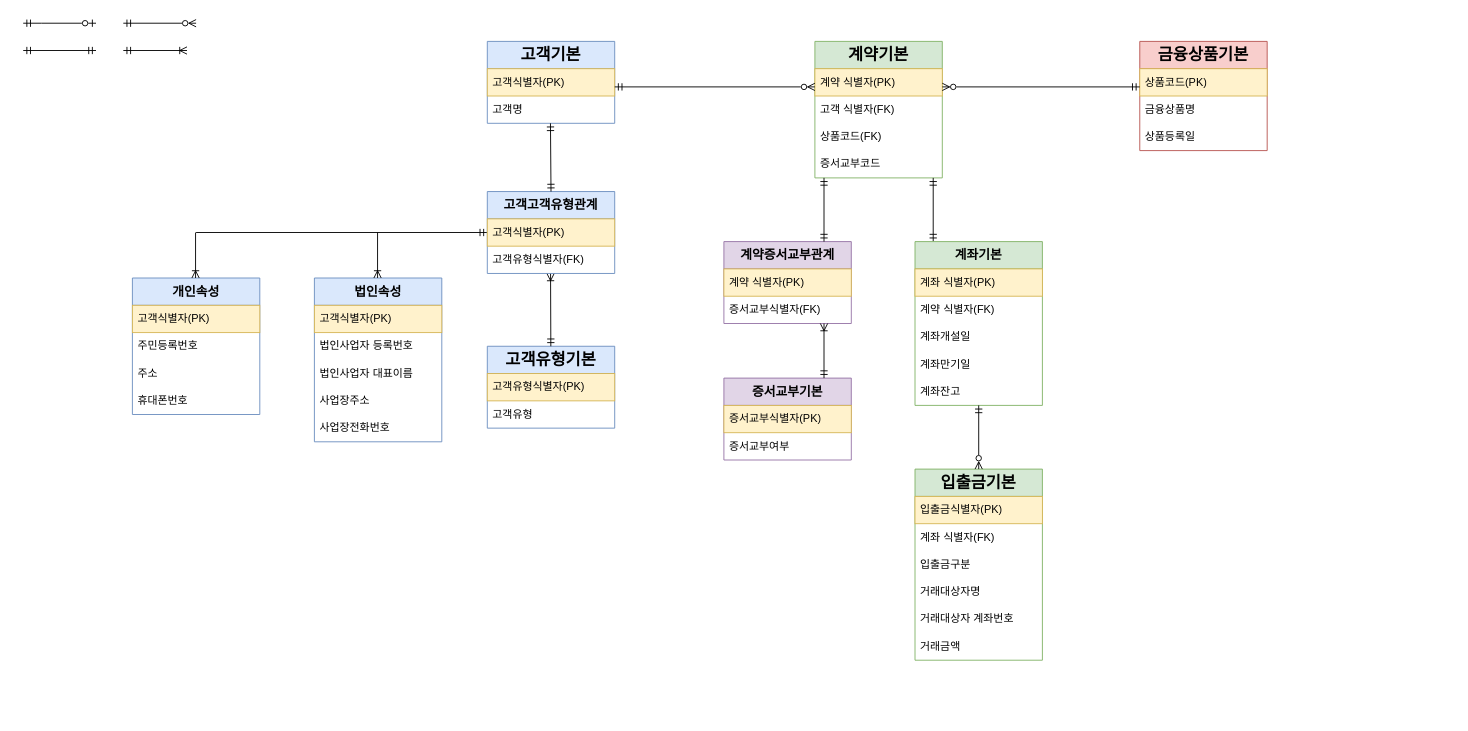
noheul1030/BWG keeps this draw.io diagram as 실습/데이터모델링실습1.drawio. Above is the earlier version. Source tidied: cells renumbered, new cells numbered last; positions are measured from the earlier drawing's top-left corner, leaving out a move shared by most shapes. Both pictures are drawn from the tidied source at 91%, with x=0, y=0 at pixel (23, 23).
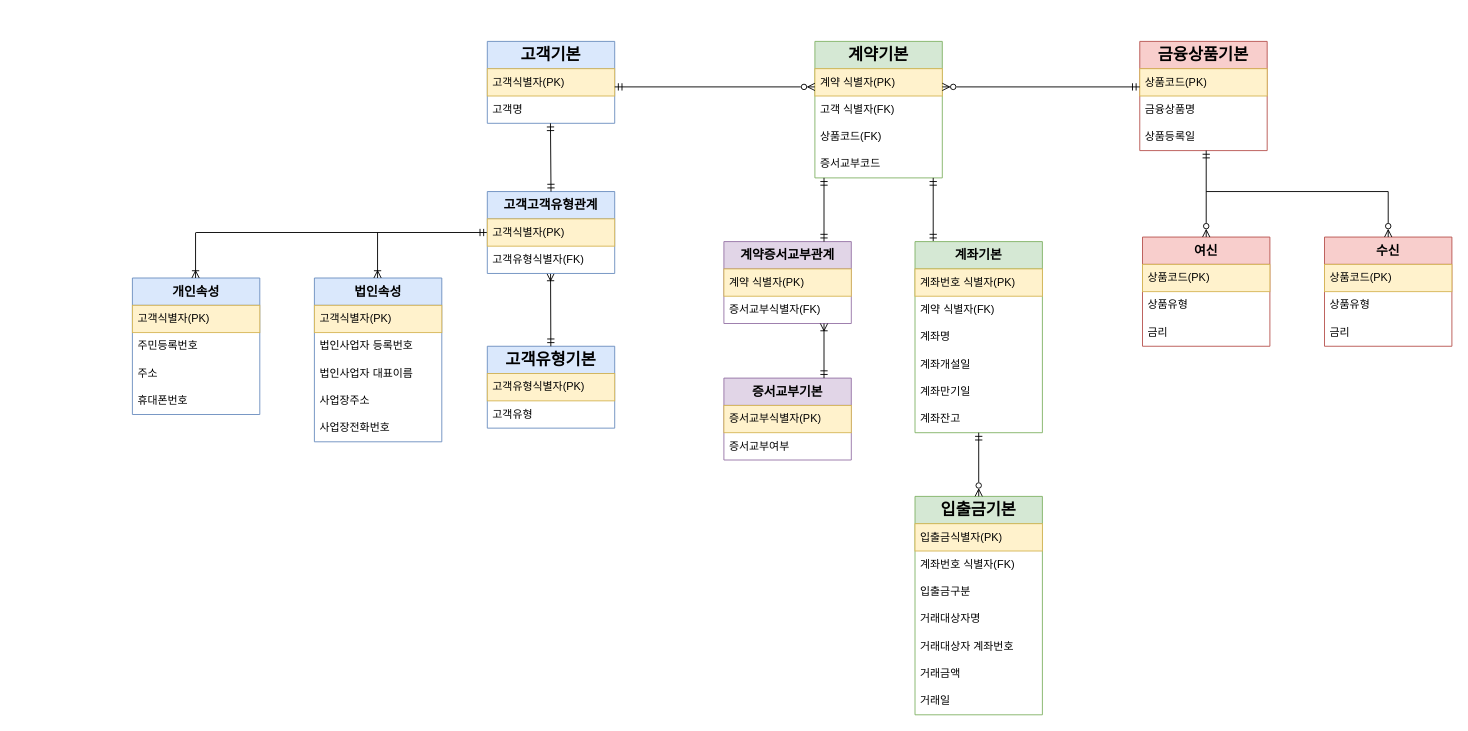
Above is the later version.

Commit message:
데이터모델링실습1.drawio 업데이트

What changed in the source:
```diff
@@
     <mxCell id="37" value="&lt;h2&gt;입출금기본&lt;/h2&gt;" style="swimlane;fontStyle=0;horizontal=1;startSize=30;whiteSpace=wrap;html=1;fillColor=#d5e8d4;strokeColor=#82b366;" parent="1" vertex="1">
-      <mxGeometry x="980" y="490" width="140" height="210" as="geometry" />
+      <mxGeometry x="980" y="520" width="140" height="240" as="geometry" />
     </mxCell>
@@
-    <mxCell id="39" value="계좌 식별자(FK)" style="text;align=left;verticalAlign=middle;spacingLeft=4;spacingRight=4;overflow=hidden;whiteSpace=wrap;html=1;" parent="37" vertex="1">
+    <mxCell id="39" value="계좌번호 식별자(FK)" style="text;align=left;verticalAlign=middle;spacingLeft=4;spacingRight=4;overflow=hidden;whiteSpace=wrap;html=1;" parent="37" vertex="1">
       <mxGeometry y="60" width="140" height="30" as="geometry" />
     </mxCell>
@@
+    <mxCell id="66" value="거래금액" style="text;strokeColor=none;fillColor=none;align=left;verticalAlign=middle;spacingLeft=4;spacingRight=4;overflow=hidden;whiteSpace=wrap;html=1;" parent="37" vertex="1">
+      <mxGeometry y="180" width="140" height="30" as="geometry" />
+    </mxCell>
-    <mxCell id="43" value="거래금액" style="text;strokeColor=none;fillColor=none;align=left;verticalAlign=middle;spacingLeft=4;spacingRight=4;overflow=hidden;whiteSpace=wrap;html=1;" parent="37" vertex="1">
-      <mxGeometry y="180" width="140" height="30" as="geometry" />
+    <mxCell id="43" value="거래일" style="text;strokeColor=none;fillColor=none;align=left;verticalAlign=middle;spacingLeft=4;spacingRight=4;overflow=hidden;whiteSpace=wrap;html=1;" parent="37" vertex="1">
+      <mxGeometry y="210" width="140" height="30" as="geometry" />
     </mxCell>
@@
     <mxCell id="45" value="&lt;h3&gt;계좌기본&lt;/h3&gt;" style="swimlane;fontStyle=0;horizontal=1;startSize=30;whiteSpace=wrap;html=1;fillColor=#d5e8d4;strokeColor=#82b366;" parent="1" vertex="1">
-      <mxGeometry x="980" y="240" width="140" height="180" as="geometry" />
+      <mxGeometry x="980" y="240" width="140" height="210" as="geometry" />
     </mxCell>
-    <mxCell id="46" value="계좌 식별자(PK)" style="text;strokeColor=#d6b656;fillColor=#fff2cc;align=left;verticalAlign=middle;spacingLeft=4;spacingRight=4;overflow=hidden;whiteSpace=wrap;html=1;" parent="45" vertex="1">
+    <mxCell id="46" value="계좌번호 식별자(PK)" style="text;strokeColor=#d6b656;fillColor=#fff2cc;align=left;verticalAlign=middle;spacingLeft=4;spacingRight=4;overflow=hidden;whiteSpace=wrap;html=1;" parent="45" vertex="1">
       <mxGeometry y="30" width="140" height="30" as="geometry" />
     </mxCell>
@@
-    <mxCell id="48" value="계좌개설일" style="text;strokeColor=none;fillColor=none;align=left;verticalAlign=middle;spacingLeft=4;spacingRight=4;overflow=hidden;whiteSpace=wrap;html=1;" parent="45" vertex="1">
+    <mxCell id="48" value="계좌명" style="text;strokeColor=none;fillColor=none;align=left;verticalAlign=middle;spacingLeft=4;spacingRight=4;overflow=hidden;whiteSpace=wrap;html=1;" parent="45" vertex="1">
       <mxGeometry y="90" width="140" height="30" as="geometry" />
     </mxCell>
+    <mxCell id="67" value="계좌개설일" style="text;strokeColor=none;fillColor=none;align=left;verticalAlign=middle;spacingLeft=4;spacingRight=4;overflow=hidden;whiteSpace=wrap;html=1;" parent="45" vertex="1">
+      <mxGeometry y="120" width="140" height="30" as="geometry" />
+    </mxCell>
     <mxCell id="49" value="계좌만기일" style="text;strokeColor=none;fillColor=none;align=left;verticalAlign=middle;spacingLeft=4;spacingRight=4;overflow=hidden;whiteSpace=wrap;html=1;" parent="45" vertex="1">
-      <mxGeometry y="120" width="140" height="30" as="geometry" />
+      <mxGeometry y="150" width="140" height="30" as="geometry" />
     </mxCell>
     <mxCell id="50" value="계좌잔고" style="text;strokeColor=none;fillColor=none;align=left;verticalAlign=middle;spacingLeft=4;spacingRight=4;overflow=hidden;whiteSpace=wrap;html=1;" parent="45" vertex="1">
-      <mxGeometry y="150" width="140" height="30" as="geometry" />
+      <mxGeometry y="180" width="140" height="30" as="geometry" />
     </mxCell>
@@
-    <mxCell id="56" style="endArrow=ERmandOne;html=1;rounded=0;startArrow=ERmandOne;startFill=0;endFill=0;entryX=0.501;entryY=1.029;entryDx=0;entryDy=0;entryPerimeter=0;" parent="1" edge="1">
-      <mxGeometry relative="1" as="geometry">
-        <mxPoint x="80" y="30" as="sourcePoint" />
-        <mxPoint y="30" as="targetPoint" />
-      </mxGeometry>
-    </mxCell>
-    <mxCell id="57" style="endArrow=ERzeroToMany;html=1;rounded=0;startArrow=ERmandOne;startFill=0;endFill=0;" parent="1" edge="1">
-      <mxGeometry relative="1" as="geometry">
-        <mxPoint x="110" as="sourcePoint" />
-        <mxPoint x="190" as="targetPoint" />
-      </mxGeometry>
-    </mxCell>
-    <mxCell id="58" style="endArrow=ERmandOne;html=1;rounded=0;startArrow=ERzeroToOne;startFill=0;endFill=0;" parent="1" edge="1">
-      <mxGeometry relative="1" as="geometry">
-        <mxPoint x="80" as="sourcePoint" />
-        <mxPoint as="targetPoint" />
-        <Array as="points">
-          <mxPoint x="20" />
-        </Array>
-      </mxGeometry>
-    </mxCell>
-    <mxCell id="59" style="endArrow=ERmandOne;html=1;rounded=0;startArrow=ERoneToMany;startFill=0;endFill=0;" parent="1" edge="1">
-      <mxGeometry relative="1" as="geometry">
-        <mxPoint x="180" y="30" as="sourcePoint" />
-        <mxPoint x="110" y="30" as="targetPoint" />
-      </mxGeometry>
-    </mxCell>
     <mxCell id="60" style="endArrow=ERmandOne;html=1;rounded=0;startArrow=ERzeroToMany;startFill=0;endFill=0;exitX=0.5;exitY=0;exitDx=0;exitDy=0;" parent="1" edge="1">
       <mxGeometry relative="1" as="geometry">
-        <mxPoint x="1050" y="490" as="sourcePoint" />
-        <mxPoint x="1050" y="420" as="targetPoint" />
+        <mxPoint x="1050" y="520" as="sourcePoint" />
+        <mxPoint x="1050" y="450" as="targetPoint" />
       </mxGeometry>
     </mxCell>
@@
+    <mxCell id="68" value="&lt;h3&gt;여신&lt;/h3&gt;" style="swimlane;fontStyle=0;horizontal=1;startSize=30;whiteSpace=wrap;html=1;fillColor=#f8cecc;strokeColor=#b85450;" parent="1" vertex="1">
+      <mxGeometry x="1230" y="235" width="140" height="120" as="geometry" />
+    </mxCell>
+    <mxCell id="69" value="상품코드(PK)" style="text;strokeColor=#d6b656;fillColor=#fff2cc;align=left;verticalAlign=middle;spacingLeft=4;spacingRight=4;overflow=hidden;whiteSpace=wrap;html=1;" parent="68" vertex="1">
+      <mxGeometry y="30" width="140" height="30" as="geometry" />
+    </mxCell>
+    <mxCell id="70" value="상품유형" style="text;strokeColor=none;fillColor=none;align=left;verticalAlign=middle;spacingLeft=4;spacingRight=4;overflow=hidden;whiteSpace=wrap;html=1;" parent="68" vertex="1">
+      <mxGeometry y="60" width="140" height="30" as="geometry" />
+    </mxCell>
+    <mxCell id="71" value="금리" style="text;strokeColor=none;fillColor=none;align=left;verticalAlign=middle;spacingLeft=4;spacingRight=4;overflow=hidden;whiteSpace=wrap;html=1;" parent="68" vertex="1">
+      <mxGeometry y="90" width="140" height="30" as="geometry" />
+    </mxCell>
+    <mxCell id="72" value="&lt;h3&gt;수신&lt;/h3&gt;" style="swimlane;fontStyle=0;horizontal=1;startSize=30;whiteSpace=wrap;html=1;fillColor=#f8cecc;strokeColor=#b85450;" parent="1" vertex="1">
+      <mxGeometry x="1430" y="235" width="140" height="120" as="geometry" />
+    </mxCell>
+    <mxCell id="73" value="상품코드(PK)" style="text;strokeColor=#d6b656;fillColor=#fff2cc;align=left;verticalAlign=middle;spacingLeft=4;spacingRight=4;overflow=hidden;whiteSpace=wrap;html=1;" parent="72" vertex="1">
+      <mxGeometry y="30" width="140" height="30" as="geometry" />
+    </mxCell>
+    <mxCell id="74" value="상품유형" style="text;strokeColor=none;fillColor=none;align=left;verticalAlign=middle;spacingLeft=4;spacingRight=4;overflow=hidden;whiteSpace=wrap;html=1;" parent="72" vertex="1">
+      <mxGeometry y="60" width="140" height="30" as="geometry" />
+    </mxCell>
+    <mxCell id="75" value="금리" style="text;strokeColor=none;fillColor=none;align=left;verticalAlign=middle;spacingLeft=4;spacingRight=4;overflow=hidden;whiteSpace=wrap;html=1;" parent="72" vertex="1">
+      <mxGeometry y="90" width="140" height="30" as="geometry" />
+    </mxCell>
+    <mxCell id="76" style="endArrow=ERmandOne;html=1;rounded=0;startArrow=ERzeroToMany;startFill=0;endFill=0;exitX=0.5;exitY=0;exitDx=0;exitDy=0;" parent="1" edge="1" source="68">
+      <mxGeometry relative="1" as="geometry">
+        <mxPoint x="1300" y="140" as="targetPoint" />
+      </mxGeometry>
+    </mxCell>
+    <mxCell id="77" style="endArrow=none;html=1;rounded=0;" parent="1" edge="1">
+      <mxGeometry relative="1" as="geometry">
+        <mxPoint x="1300" y="185" as="sourcePoint" />
+        <mxPoint x="1500" y="185" as="targetPoint" />
+      </mxGeometry>
+    </mxCell>
+    <mxCell id="78" style="endArrow=none;html=1;rounded=0;exitX=0.5;exitY=0;exitDx=0;exitDy=0;startArrow=ERzeroToMany;startFill=0;" parent="1" edge="1" source="72">
+      <mxGeometry relative="1" as="geometry">
+        <mxPoint x="1500" y="185" as="targetPoint" />
+      </mxGeometry>
+    </mxCell>
```
